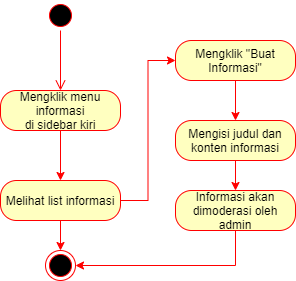
ihsanfir/Dramagon keeps this draw.io diagram as laporan/see_make_info.png. Above is the earlier version. Source tidied: cells renumbered, new cells last; positions are measured from the earlier drawing's top-left corner, leaving out a move shared by most shapes.
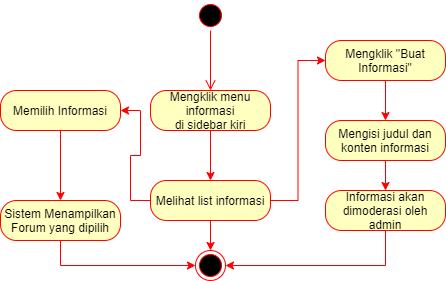
The same file after the commit.

Change to the diagram source:
```diff
@@ -10,41 +10,56 @@
         <mxPoint x="60" y="90" as="targetPoint" />
       </mxGeometry>
     </mxCell>
-    <mxCell id="4" style="edgeStyle=orthogonalEdgeStyle;rounded=0;jettySize=auto;html=1;strokeColor=#FF0000;" parent="1" edge="1" source="5" target="8">
+    <mxCell id="4" style="edgeStyle=orthogonalEdgeStyle;rounded=0;jettySize=auto;html=1;strokeColor=#FF0000;" parent="1" edge="1" source="5" target="9">
       <mxGeometry relative="1" as="geometry" />
     </mxCell>
     <mxCell id="5" value="Mengklik menu informasi&lt;br&gt;di sidebar kiri" style="rounded=1;whiteSpace=wrap;html=1;arcSize=40;fontColor=#000000;fillColor=#ffffc0;strokeColor=#ff0000;" parent="1" vertex="1">
       <mxGeometry y="90" width="120" height="40" as="geometry" />
     </mxCell>
-    <mxCell id="6" style="edgeStyle=orthogonalEdgeStyle;rounded=0;jettySize=auto;html=1;exitX=0.5;exitY=1;exitDx=0;exitDy=0;entryX=0.5;entryY=0;entryDx=0;entryDy=0;strokeColor=#FF0000;" parent="1" edge="1" source="8" target="9">
+    <mxCell id="6" style="edgeStyle=orthogonalEdgeStyle;rounded=0;jettySize=auto;html=1;exitX=0.5;exitY=1;exitDx=0;exitDy=0;entryX=0.5;entryY=0;entryDx=0;entryDy=0;strokeColor=#FF0000;" parent="1" edge="1" source="9" target="10">
       <mxGeometry relative="1" as="geometry" />
     </mxCell>
-    <mxCell id="7" style="edgeStyle=orthogonalEdgeStyle;rounded=0;jettySize=auto;html=1;exitX=1;exitY=0.5;exitDx=0;exitDy=0;entryX=0;entryY=0.5;entryDx=0;entryDy=0;strokeColor=#FF0000;" parent="1" edge="1" source="8" target="11">
+    <mxCell id="7" style="edgeStyle=orthogonalEdgeStyle;rounded=0;jettySize=auto;html=1;exitX=1;exitY=0.5;exitDx=0;exitDy=0;entryX=0;entryY=0.5;entryDx=0;entryDy=0;strokeColor=#FF0000;" parent="1" edge="1" source="9" target="12">
       <mxGeometry relative="1" as="geometry" />
     </mxCell>
-    <mxCell id="8" value="Melihat list informasi" style="rounded=1;whiteSpace=wrap;html=1;arcSize=40;fontColor=#000000;fillColor=#ffffc0;strokeColor=#ff0000;" parent="1" vertex="1">
-      <mxGeometry y="180" width="120" height="40" as="geometry" />
+    <mxCell id="8" style="edgeStyle=orthogonalEdgeStyle;rounded=0;jettySize=auto;html=1;exitX=0;exitY=0.5;exitDx=0;exitDy=0;entryX=1;entryY=0.5;entryDx=0;entryDy=0;strokeColor=#FF0000;" parent="1" edge="1" source="9" target="18">
+      <mxGeometry relative="1" as="geometry" />
     </mxCell>
-    <mxCell id="9" style="ellipse;html=1;shape=endState;fillColor=#000000;strokeColor=#ff0000;" parent="1" vertex="1">
-      <mxGeometry x="45" y="250" width="30" height="30" as="geometry" />
+    <mxCell id="9" value="Melihat list informasi" style="rounded=1;whiteSpace=wrap;html=1;arcSize=40;fontColor=#000000;fillColor=#ffffc0;strokeColor=#ff0000;" parent="1" vertex="1">
+      <mxGeometry y="180" width="120" height="40" as="geometry" />
     </mxCell>
-    <mxCell id="10" style="edgeStyle=orthogonalEdgeStyle;rounded=0;jettySize=auto;html=1;exitX=0.5;exitY=1;exitDx=0;exitDy=0;entryX=0.5;entryY=0;entryDx=0;entryDy=0;strokeColor=#FF0000;" parent="1" edge="1" source="11" target="13">
-      <mxGeometry relative="1" as="geometry" />
+    <mxCell id="10" style="ellipse;html=1;shape=endState;fillColor=#000000;strokeColor=#ff0000;" parent="1" vertex="1">
+      <mxGeometry x="45" y="250" width="30" height="30" as="geometry" />
     </mxCell>
-    <mxCell id="11" value="Mengklik &quot;Buat Informasi&quot;" style="rounded=1;whiteSpace=wrap;html=1;arcSize=40;fontColor=#000000;fillColor=#ffffc0;strokeColor=#ff0000;" parent="1" vertex="1">
-      <mxGeometry x="175" y="40" width="120" height="40" as="geometry" />
+    <mxCell id="11" style="edgeStyle=orthogonalEdgeStyle;rounded=0;jettySize=auto;html=1;exitX=0.5;exitY=1;exitDx=0;exitDy=0;entryX=0.5;entryY=0;entryDx=0;entryDy=0;strokeColor=#FF0000;" parent="1" edge="1" source="12" target="14">
+      <mxGeometry relative="1" as="geometry" />
     </mxCell>
-    <mxCell id="12" style="edgeStyle=orthogonalEdgeStyle;rounded=0;jettySize=auto;html=1;exitX=0.5;exitY=1;exitDx=0;exitDy=0;strokeColor=#FF0000;" parent="1" edge="1" source="13" target="15">
-      <mxGeometry relative="1" as="geometry" />
+    <mxCell id="12" value="Mengklik &quot;Buat Informasi&quot;" style="rounded=1;whiteSpace=wrap;html=1;arcSize=40;fontColor=#000000;fillColor=#ffffc0;strokeColor=#ff0000;" parent="1" vertex="1">
+      <mxGeometry x="175" y="40" width="120" height="40" as="geometry" />
     </mxCell>
-    <mxCell id="13" value="Mengisi judul dan konten informasi" style="rounded=1;whiteSpace=wrap;html=1;arcSize=40;fontColor=#000000;fillColor=#ffffc0;strokeColor=#ff0000;" parent="1" vertex="1">
-      <mxGeometry x="175" y="120" width="120" height="40" as="geometry" />
+    <mxCell id="13" style="edgeStyle=orthogonalEdgeStyle;rounded=0;jettySize=auto;html=1;exitX=0.5;exitY=1;exitDx=0;exitDy=0;strokeColor=#FF0000;" parent="1" edge="1" source="14" target="16">
+      <mxGeometry relative="1" as="geometry" />
     </mxCell>
-    <mxCell id="14" style="edgeStyle=orthogonalEdgeStyle;rounded=0;jettySize=auto;html=1;exitX=0.5;exitY=1;exitDx=0;exitDy=0;entryX=1;entryY=0.5;entryDx=0;entryDy=0;strokeColor=#FF0000;" parent="1" edge="1" source="15" target="9">
-      <mxGeometry relative="1" as="geometry" />
+    <mxCell id="14" value="Mengisi judul dan konten informasi" style="rounded=1;whiteSpace=wrap;html=1;arcSize=40;fontColor=#000000;fillColor=#ffffc0;strokeColor=#ff0000;" parent="1" vertex="1">
+      <mxGeometry x="175" y="120" width="120" height="40" as="geometry" />
     </mxCell>
-    <mxCell id="15" value="Informasi akan dimoderasi oleh admin" style="rounded=1;whiteSpace=wrap;html=1;arcSize=40;fontColor=#000000;fillColor=#ffffc0;strokeColor=#ff0000;" parent="1" vertex="1">
-      <mxGeometry x="175" y="190" width="120" height="40" as="geometry" />
+    <mxCell id="15" style="edgeStyle=orthogonalEdgeStyle;rounded=0;jettySize=auto;html=1;exitX=0.5;exitY=1;exitDx=0;exitDy=0;entryX=1;entryY=0.5;entryDx=0;entryDy=0;strokeColor=#FF0000;" parent="1" edge="1" source="16" target="10">
+      <mxGeometry relative="1" as="geometry" />
     </mxCell>
+    <mxCell id="16" value="Informasi akan dimoderasi oleh admin" style="rounded=1;whiteSpace=wrap;html=1;arcSize=40;fontColor=#000000;fillColor=#ffffc0;strokeColor=#ff0000;" parent="1" vertex="1">
+      <mxGeometry x="175" y="190" width="120" height="40" as="geometry" />
+    </mxCell>
+    <mxCell id="17" style="edgeStyle=orthogonalEdgeStyle;rounded=0;jettySize=auto;html=1;exitX=0.5;exitY=1;exitDx=0;exitDy=0;entryX=0.5;entryY=0;entryDx=0;entryDy=0;strokeColor=#FF0000;" parent="1" edge="1" source="18" target="20">
+      <mxGeometry relative="1" as="geometry" />
+    </mxCell>
+    <mxCell id="18" value="Memilih Informasi" style="rounded=1;whiteSpace=wrap;html=1;arcSize=40;fontColor=#000000;fillColor=#ffffc0;strokeColor=#ff0000;" parent="1" vertex="1">
+      <mxGeometry x="-150" y="90" width="120" height="40" as="geometry" />
+    </mxCell>
+    <mxCell id="19" style="edgeStyle=orthogonalEdgeStyle;rounded=0;jettySize=auto;html=1;exitX=0.5;exitY=1;exitDx=0;exitDy=0;entryX=0;entryY=0.5;entryDx=0;entryDy=0;strokeColor=#FF0000;" parent="1" edge="1" source="20" target="10">
+      <mxGeometry relative="1" as="geometry" />
+    </mxCell>
+    <mxCell id="20" value="Sistem Menampilkan Forum yang dipilih" style="rounded=1;whiteSpace=wrap;html=1;arcSize=40;fontColor=#000000;fillColor=#ffffc0;strokeColor=#ff0000;" parent="1" vertex="1">
+      <mxGeometry x="-150" y="200" width="120" height="40" as="geometry" />
+    </mxCell>
   </root>
 </mxGraphModel>
```
